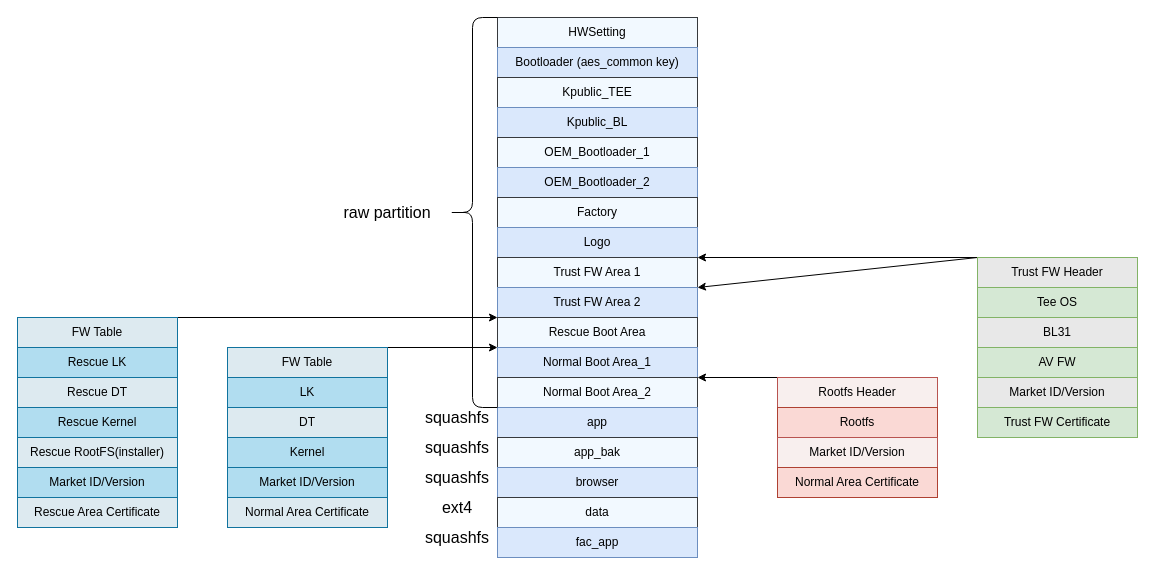
Above: layout.drawio in qmlsxxxx/draw.io (draw.io), before the change. Source tidied: cells renumbered, new cells numbered last; positions are measured from the earlier drawing's top-left corner, leaving out a move shared by most shapes. Both pictures are drawn from the tidied source at 100%, with x=0, y=0 at pixel (17, 17).
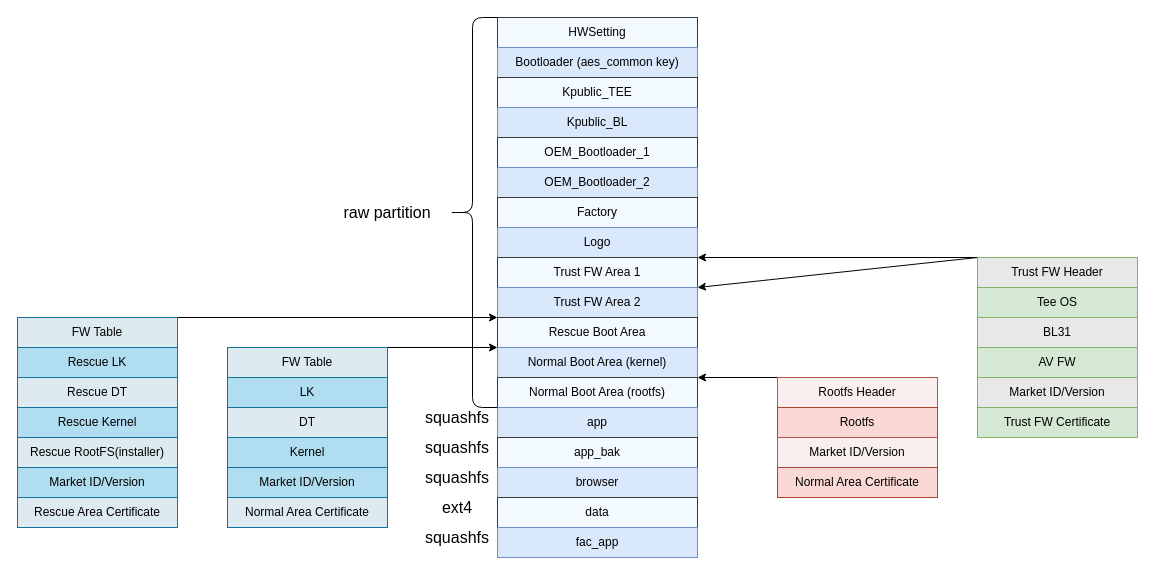
Above is the later version.

Unchanged cells that the change refers to:
```xml
<mxCell id="6" style="group;" parent="1" vertex="1">
  <mxGeometry x="480" width="200" height="540" as="geometry" />
</mxCell>
```

Change to the diagram source:
```diff
@@
-    <mxCell id="18" value="Normal Boot Area_1" style="rounded=0;whiteSpace=wrap;html=1;fillColor=#dae8fc;strokeColor=#6c8ebf;" parent="6" vertex="1">
+    <mxCell id="18" value="Normal Boot Area (kernel)" style="rounded=0;whiteSpace=wrap;html=1;fillColor=#dae8fc;strokeColor=#6c8ebf;" parent="6" vertex="1">
       <mxGeometry y="330" width="200" height="30" as="geometry" />
     </mxCell>
-    <mxCell id="19" value="Normal Boot Area_2" style="rounded=0;whiteSpace=wrap;html=1;fillColor=#F2F9FF;strokeColor=#36393d;" parent="6" vertex="1">
+    <mxCell id="19" value="Normal Boot Area (rootfs)" style="rounded=0;whiteSpace=wrap;html=1;fillColor=#F2F9FF;strokeColor=#36393d;" parent="6" vertex="1">
       <mxGeometry y="360" width="200" height="30" as="geometry" />
     </mxCell>
```
